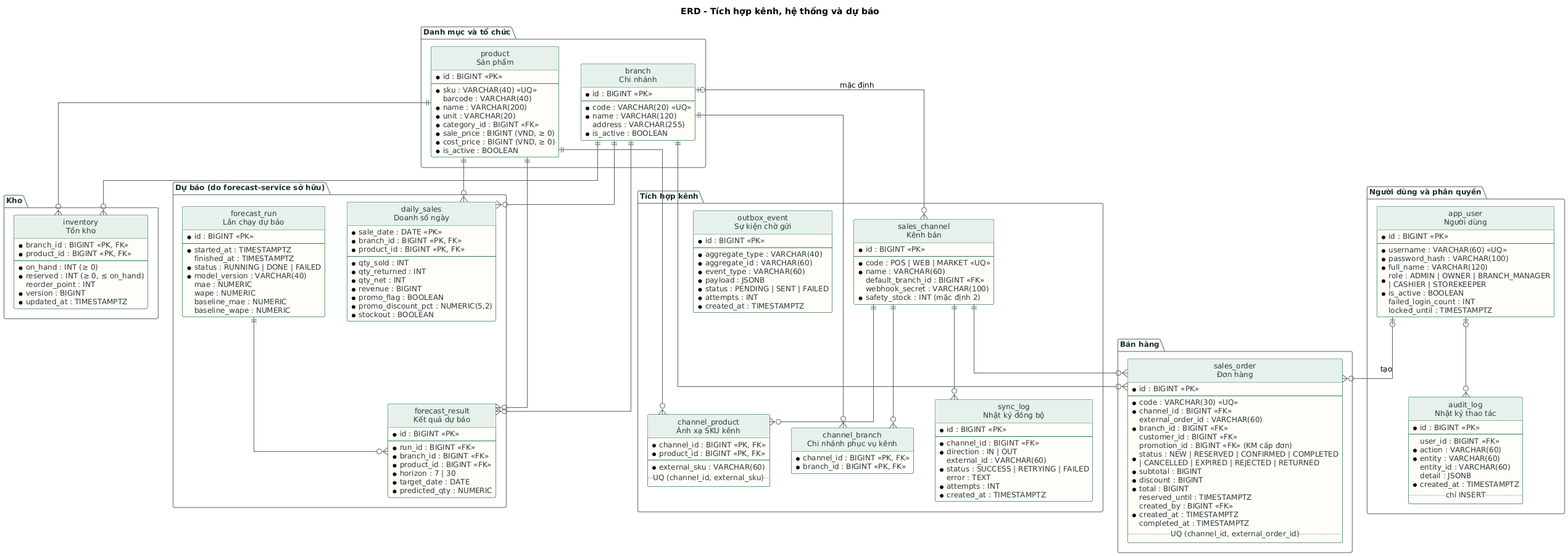
Above: docs/design/erd/png/03-erd-tich-hop-du-bao.png in NguyenDokhai2005/GreenMart (PlantUML), before the change.
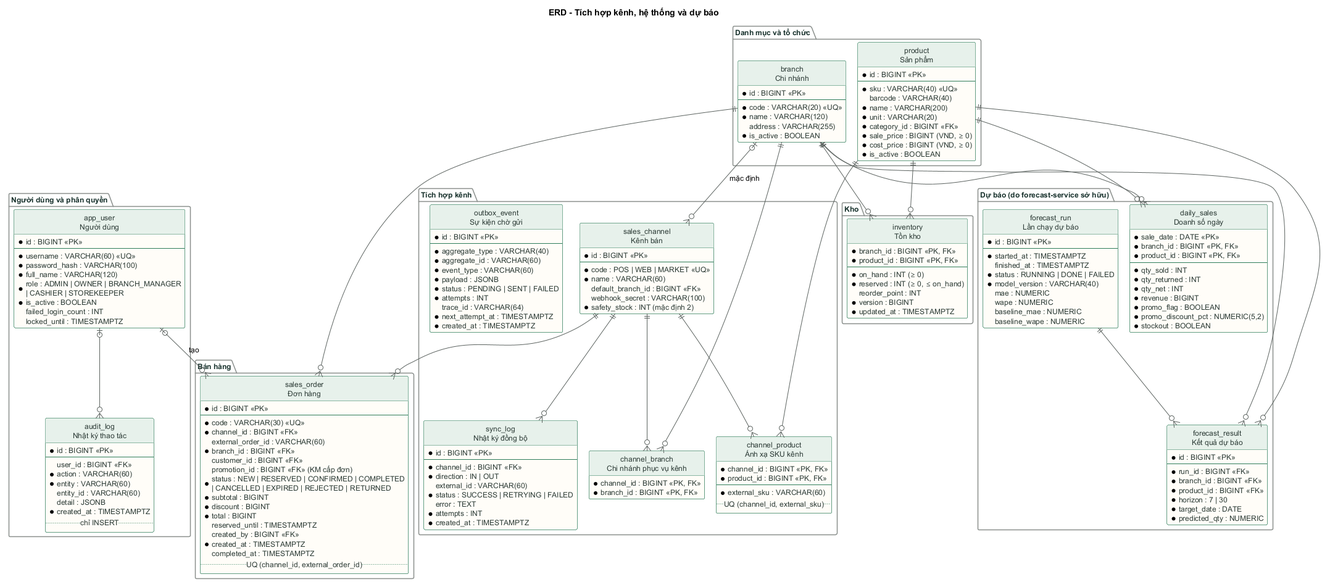
Later version of the same file.

Commit message:
docs(integration): align outbox ERD with retry metadata (#127)

Diff of the diagram source:
```diff
@@ -1,4 +1,5 @@
 @startuml 03-erd-tich-hop-du-bao
+!pragma layout smetana
 
 skinparam defaultFontName "DejaVu Sans"
 skinparam defaultFontSize 12
@@ -130,6 +131,8 @@
     * payload : JSONB
     * status : PENDING | SENT | FAILED
     * attempts : INT
+    trace_id : VARCHAR(64)
+    * next_attempt_at : TIMESTAMPTZ
     * created_at : TIMESTAMPTZ
   }
   entity "sync_log\nNhật ký đồng bộ" as sync_log {
```
